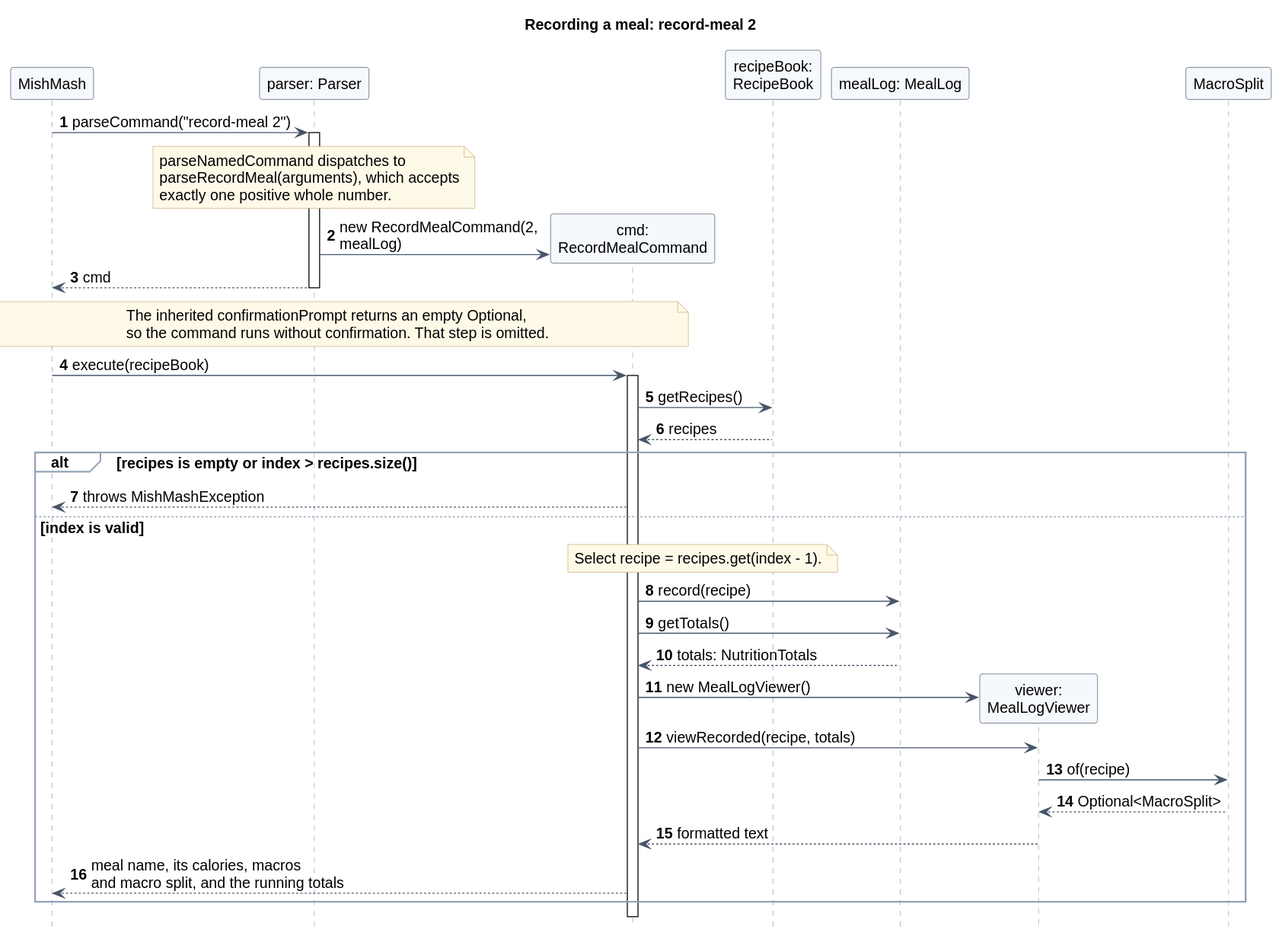
Before: docs/images/record-meal/record-meal.svg, a diagram exported from PlantUML (AY2627S1-CS2113-W13-4/tp). The source it was exported from:
```plantuml
@startuml
!include style.iuml
title Recording a meal: record-meal 2
autonumber

participant "MishMash" as App
participant "parser: Parser" as Parser
participant "cmd:\nRecordMealCommand" as Cmd
participant "recipeBook:\nRecipeBook" as Book
participant "mealLog: MealLog" as Log
participant "viewer:\nMealLogViewer" as Viewer
participant "MacroSplit" as Split

App -> Parser : parseCommand("record-meal 2")
activate Parser
note over Parser
  parseNamedCommand dispatches to
  parseRecordMeal(arguments), which accepts
  exactly one positive whole number.
end note
create Cmd
Parser -> Cmd : new RecordMealCommand(2, mealLog)
Parser --> App : cmd
deactivate Parser

note over App, Cmd
  The inherited confirmationPrompt returns an empty Optional,
  so the command runs without confirmation. That step is omitted.
end note

App -> Cmd : execute(recipeBook)
activate Cmd
Cmd -> Book : getRecipes()
Book --> Cmd : recipes
alt recipes is empty or index > recipes.size()
  Cmd --> App : throws MishMashException
else index is valid
  note over Cmd, Book : Select recipe = recipes.get(index - 1).
  Cmd -> Log : record(recipe)
  Cmd -> Log : getTotals()
  Log --> Cmd : totals: NutritionTotals
  create Viewer
  Cmd -> Viewer : new MealLogViewer()
  Cmd -> Viewer : viewRecorded(recipe, totals)
  Viewer -> Split : of(recipe)
  Split --> Viewer : Optional<MacroSplit>
  Viewer --> Cmd : formatted text
  Cmd --> App : meal name, its calories, macros\nand macro split, and the running totals
end
deactivate Cmd
@enduml
```
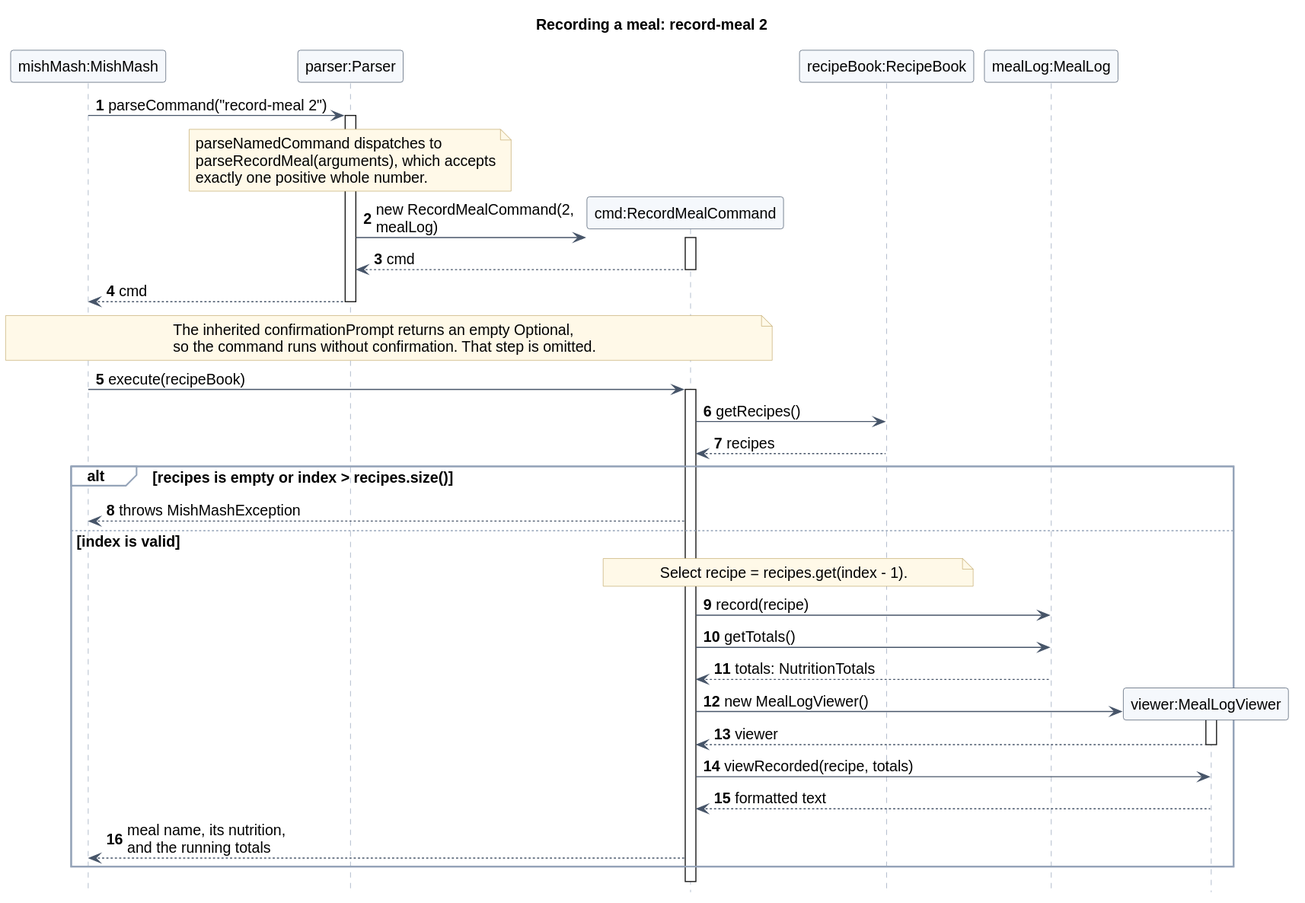
After the commit.

Change to the diagram source:
```diff
@@ -3,13 +3,12 @@
 title Recording a meal: record-meal 2
 autonumber
 
-participant "MishMash" as App
-participant "parser: Parser" as Parser
-participant "cmd:\nRecordMealCommand" as Cmd
-participant "recipeBook:\nRecipeBook" as Book
-participant "mealLog: MealLog" as Log
-participant "viewer:\nMealLogViewer" as Viewer
-participant "MacroSplit" as Split
+participant "mishMash:MishMash" as App
+participant "parser:Parser" as Parser
+participant "cmd:RecordMealCommand" as Cmd
+participant "recipeBook:RecipeBook" as Book
+participant "mealLog:MealLog" as Log
+participant "viewer:MealLogViewer" as Viewer
 
 App -> Parser : parseCommand("record-meal 2")
 activate Parser
@@ -20,6 +19,9 @@
 end note
 create Cmd
 Parser -> Cmd : new RecordMealCommand(2, mealLog)
+activate Cmd
+Cmd --> Parser : cmd
+deactivate Cmd
 Parser --> App : cmd
 deactivate Parser
 
@@ -41,11 +43,12 @@
   Log --> Cmd : totals: NutritionTotals
   create Viewer
   Cmd -> Viewer : new MealLogViewer()
+  activate Viewer
+  Viewer --> Cmd : viewer
+  deactivate Viewer
   Cmd -> Viewer : viewRecorded(recipe, totals)
-  Viewer -> Split : of(recipe)
-  Split --> Viewer : Optional<MacroSplit>
   Viewer --> Cmd : formatted text
-  Cmd --> App : meal name, its calories, macros\nand macro split, and the running totals
+  Cmd --> App : meal name, its nutrition,\nand the running totals
 end
 deactivate Cmd
 @enduml
```
